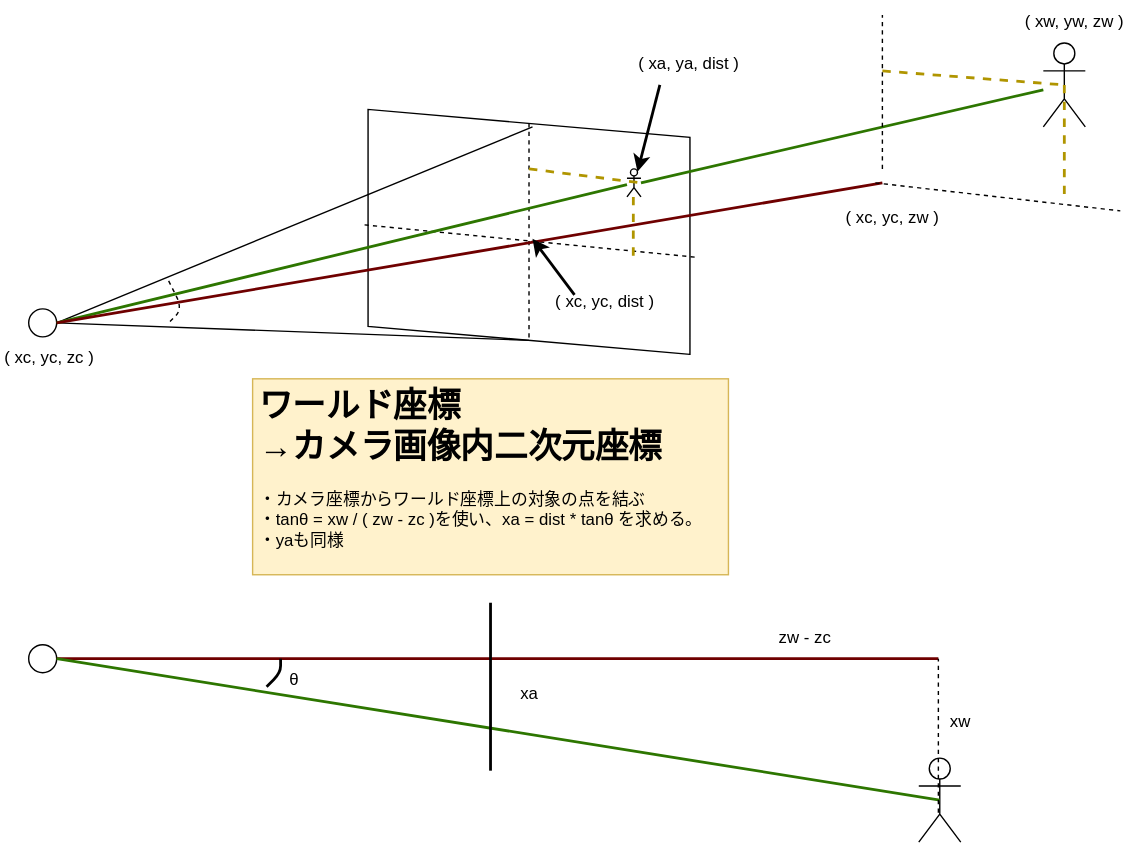
Earlier version of the draw.io export docs/projection_3d-annotation_to_images.svg (minoru-github/three-app). Source tidied: cells renumbered, new cells last; positions are measured from the earlier drawing's top-left corner, leaving out a move shared by most shapes.
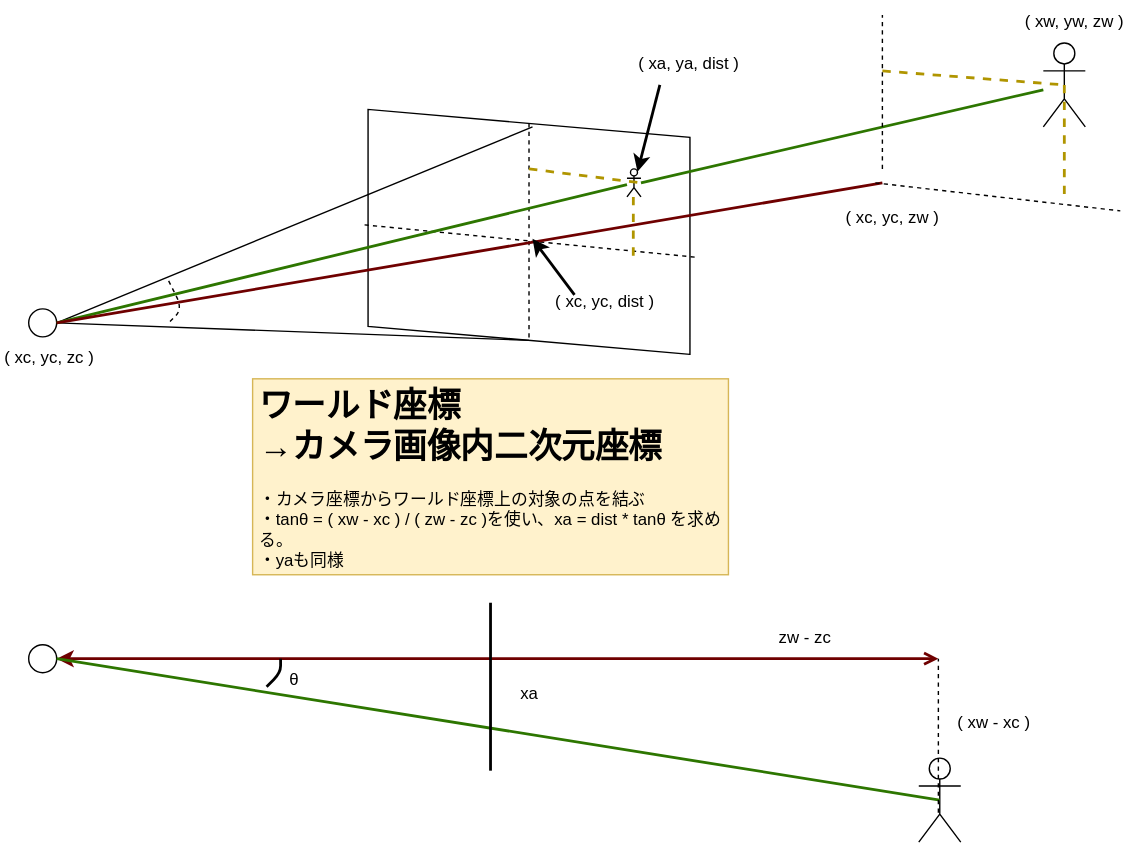
After the change.

Change to the diagram source:
```diff
@@ -46,7 +46,7 @@
     <mxCell id="12" style="endArrow=none;html=1;exitX=1;exitY=0.5;exitDx=0;exitDy=0;fillColor=#60a917;strokeColor=#2D7600;strokeWidth=2;" parent="1" edge="1" source="3" target="11">
       <mxGeometry relative="1" as="geometry" />
     </mxCell>
-    <mxCell id="13" value="&lt;h1&gt;ワールド座標&lt;br&gt;→カメラ画像内二次元座標&lt;/h1&gt;&lt;p&gt;・カメラ座標からワールド座標上の対象の点を結ぶ&lt;br&gt;・&lt;span style=&quot;text-align: justify&quot;&gt;tanθ = xw / ( zw - zc )&lt;/span&gt;&lt;span style=&quot;text-align: justify&quot;&gt;を使い、&lt;/span&gt;&lt;span style=&quot;text-align: justify&quot;&gt;xa = dist * tanθ&lt;/span&gt;&lt;span style=&quot;text-align: justify&quot;&gt;&amp;nbsp;を求める。&lt;br&gt;・yaも同様&lt;/span&gt;&lt;/p&gt;" style="text;html=1;strokeColor=#d6b656;fillColor=#fff2cc;spacing=5;spacingTop=-20;whiteSpace=wrap;overflow=hidden;rounded=0;fontColor=#000000;" parent="1" vertex="1">
+    <mxCell id="13" value="&lt;h1&gt;ワールド座標&lt;br&gt;→カメラ画像内二次元座標&lt;/h1&gt;&lt;p&gt;・カメラ座標からワールド座標上の対象の点を結ぶ&lt;br&gt;・&lt;span style=&quot;text-align: justify&quot;&gt;tanθ = ( xw - xc ) / ( zw - zc )&lt;/span&gt;&lt;span style=&quot;text-align: justify&quot;&gt;を使い、&lt;/span&gt;&lt;span style=&quot;text-align: justify&quot;&gt;xa = dist * tanθ&lt;/span&gt;&lt;span style=&quot;text-align: justify&quot;&gt;&amp;nbsp;を求める。&lt;br&gt;・yaも同様&lt;/span&gt;&lt;/p&gt;" style="text;html=1;strokeColor=#d6b656;fillColor=#fff2cc;spacing=5;spacingTop=-20;whiteSpace=wrap;overflow=hidden;rounded=0;fontColor=#000000;" parent="1" vertex="1">
       <mxGeometry x="180" y="270" width="340" height="140" as="geometry" />
     </mxCell>
     <mxCell id="14" style="endArrow=none;html=1;exitX=1;exitY=0.5;exitDx=0;exitDy=0;fillColor=#a20025;strokeColor=#6F0000;strokeWidth=2;" parent="1" edge="1">
@@ -119,7 +119,7 @@
     <mxCell id="29" style="ellipse;whiteSpace=wrap;html=1;" parent="28" vertex="1">
       <mxGeometry y="30" width="20" height="20" as="geometry" />
     </mxCell>
-    <mxCell id="30" style="endArrow=none;html=1;exitX=1;exitY=0.5;exitDx=0;exitDy=0;fillColor=#a20025;strokeColor=#6F0000;strokeWidth=2;" parent="28" edge="1" source="29">
+    <mxCell id="30" style="endArrow=open;html=1;exitX=1;exitY=0.5;exitDx=0;exitDy=0;fillColor=#a20025;strokeColor=#6F0000;strokeWidth=2;targetPerimeterSpacing=3;startArrow=classic;startFill=1;endFill=0;sourcePerimeterSpacing=3;" parent="28" edge="1" source="29">
       <mxGeometry relative="1" as="geometry">
         <mxPoint x="650" y="40" as="targetPoint" />
       </mxGeometry>
@@ -142,8 +142,8 @@
         <mxPoint x="650" y="40" as="targetPoint" />
       </mxGeometry>
     </mxCell>
-    <mxCell id="35" value="xw" style="text;html=1;strokeColor=none;fillColor=none;align=center;verticalAlign=middle;whiteSpace=wrap;rounded=0;" parent="28" vertex="1">
-      <mxGeometry x="636" y="70" width="60" height="30" as="geometry" />
+    <mxCell id="35" value="( xw - xc )" style="text;html=1;strokeColor=none;fillColor=none;align=center;verticalAlign=middle;whiteSpace=wrap;rounded=0;" parent="28" vertex="1">
+      <mxGeometry x="660" y="70.5" width="60" height="30" as="geometry" />
     </mxCell>
     <mxCell id="36" value="zw - zc" style="text;html=1;strokeColor=none;fillColor=none;align=center;verticalAlign=middle;whiteSpace=wrap;rounded=0;" parent="28" vertex="1">
       <mxGeometry x="525" y="10" width="60" height="30" as="geometry" />
```
